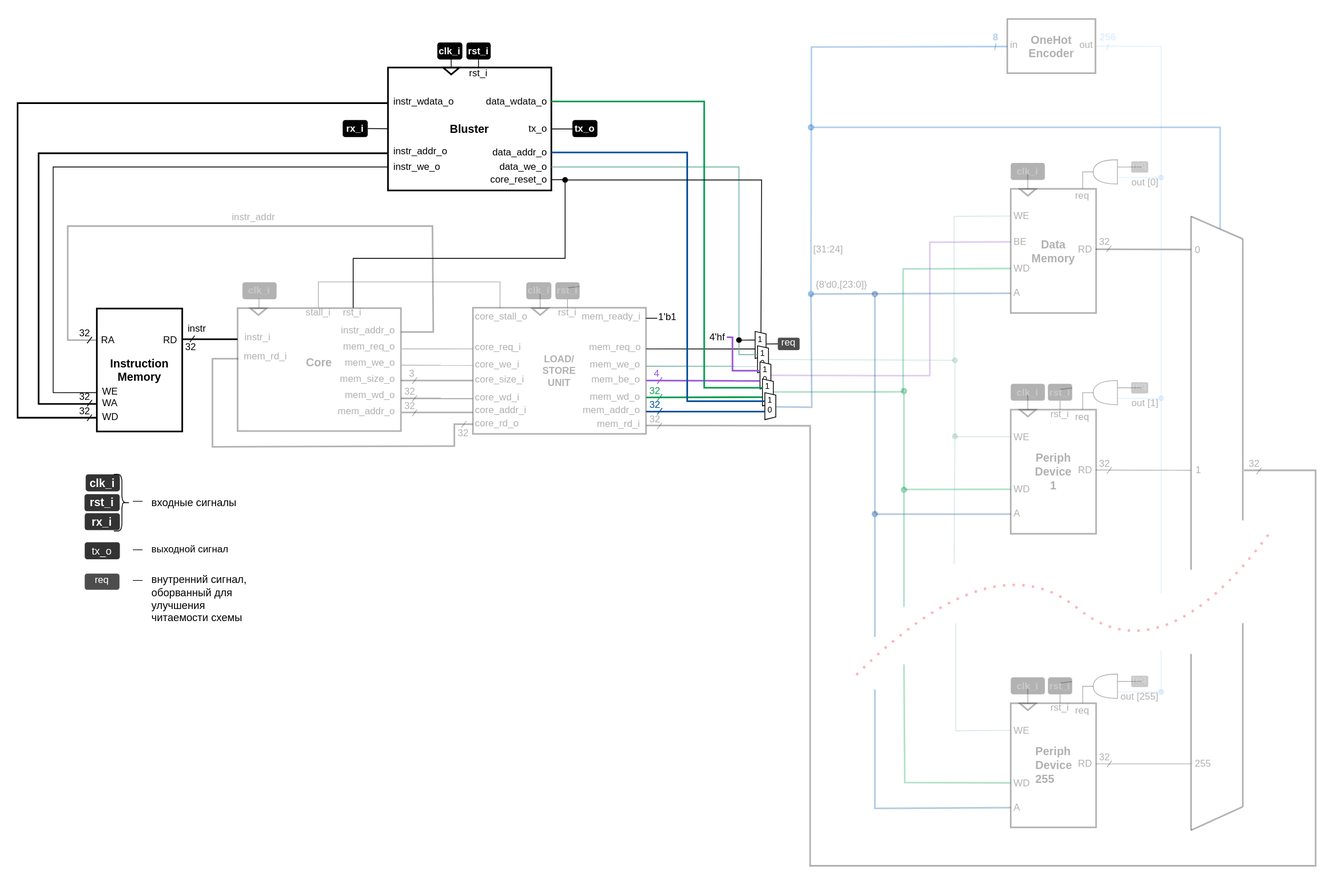
Earlier version of the draw.io export .pic/Labs/lab_15_programming_device/fig_04.drawio.svg (MPSU/APS). Source tidied: cells renumbered, new cells last; positions are measured from the earlier drawing's top-left corner, leaving out a move shared by most shapes.
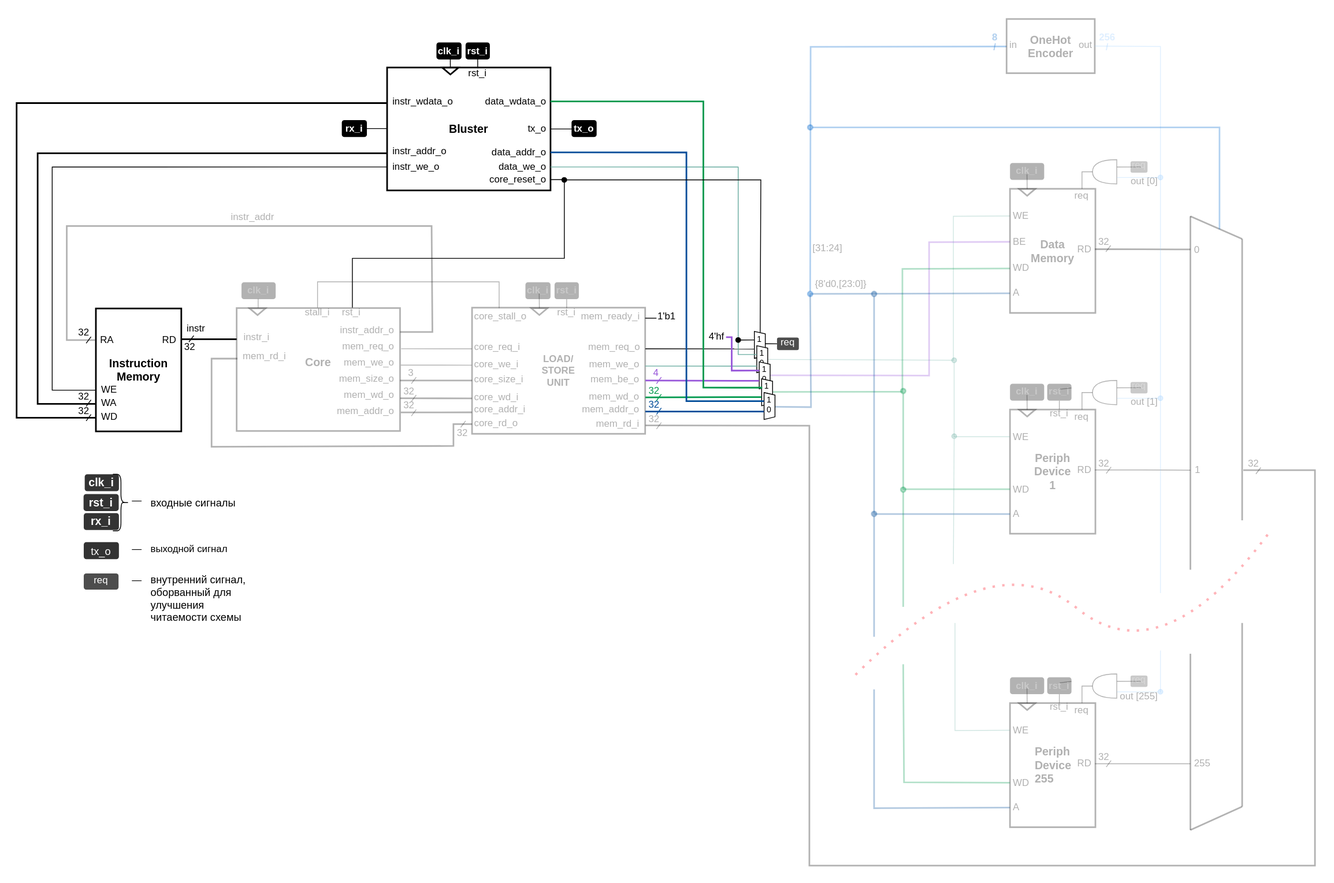
The same file after the commit.

Commit message:
ЛР15. Правка картинки

The edit, as a diff of the source:
```diff
@@ -2,6 +2,9 @@
   <root>
     <mxCell id="0" />
     <mxCell id="1" parent="0" />
+    <mxCell id="164" value="&lt;p style=&quot;line-height: 130%; font-size: 12px;&quot;&gt;&lt;font style=&quot;font-size: 12px;&quot;&gt;&lt;b style=&quot;font-size: 12px;&quot;&gt;rst_i&lt;/b&gt;&lt;/font&gt;&lt;/p&gt;" style="text;html=1;strokeColor=none;fillColor=#000000;align=center;verticalAlign=middle;whiteSpace=wrap;rounded=1;fontSize=12;fontColor=#FFFFFF;comic=0;jiggle=0.5;fillOpacity=30;strokeOpacity=30;textOpacity=30;" parent="1" vertex="1">
+      <mxGeometry x="665" y="328.5" width="30" height="21" as="geometry" />
+    </mxCell>
     <mxCell id="2" value="&lt;font style=&quot;font-size: 14px;&quot;&gt;&lt;b&gt;clk_i&lt;/b&gt;&lt;/font&gt;" style="text;html=1;strokeColor=none;fillColor=#333333;align=center;verticalAlign=middle;whiteSpace=wrap;rounded=1;fontSize=9;fontColor=#FFFFFF;comic=0;jiggle=0.5;strokeWidth=2;" parent="1" vertex="1">
       <mxGeometry x="84.2" y="566" width="42.3" height="21" as="geometry" />
     </mxCell>
@@ -716,19 +719,11 @@
     <mxCell id="161" value="&lt;font style=&quot;font-size: 12px;&quot;&gt;rst_i&lt;/font&gt;" style="text;html=1;strokeColor=none;fillColor=none;align=center;verticalAlign=middle;whiteSpace=wrap;rounded=0;fontSize=12;comic=0;fillOpacity=30;strokeOpacity=30;textOpacity=30;" parent="1" vertex="1">
       <mxGeometry x="671" y="360" width="18" height="12" as="geometry" />
     </mxCell>
-    <mxCell id="162" style="endArrow=none;html=1;rounded=0;strokeWidth=1;exitX=1;exitY=0.25;exitDx=0;exitDy=0;fontSize=12;comic=0;fillOpacity=30;strokeOpacity=30;textOpacity=30;" parent="1" edge="1" source="164">
-      <mxGeometry relative="1" as="geometry">
-        <mxPoint x="680" y="335.5" as="targetPoint" />
-      </mxGeometry>
-    </mxCell>
     <mxCell id="163" style="endArrow=none;html=1;rounded=0;strokeWidth=1;exitX=1;exitY=0.25;exitDx=0;exitDy=0;fontSize=12;comic=0;fillOpacity=30;strokeOpacity=30;textOpacity=30;" parent="1" edge="1" target="164">
       <mxGeometry relative="1" as="geometry">
         <mxPoint x="680" y="360.5" as="sourcePoint" />
       </mxGeometry>
     </mxCell>
-    <mxCell id="164" value="&lt;p style=&quot;line-height: 130%; font-size: 12px;&quot;&gt;&lt;font style=&quot;font-size: 12px;&quot;&gt;&lt;b style=&quot;font-size: 12px;&quot;&gt;rst_i&lt;/b&gt;&lt;/font&gt;&lt;/p&gt;" style="text;html=1;strokeColor=none;fillColor=#000000;align=center;verticalAlign=middle;whiteSpace=wrap;rounded=1;fontSize=12;fontColor=#FFFFFF;comic=0;jiggle=0.5;fillOpacity=30;strokeOpacity=30;textOpacity=30;" parent="1" vertex="1">
-      <mxGeometry x="665" y="328.5" width="30" height="21" as="geometry" />
-    </mxCell>
     <mxCell id="165" value="&lt;font style=&quot;font-size: 12px;&quot;&gt;rst_i&lt;/font&gt;" style="text;html=1;strokeColor=none;fillColor=none;align=center;verticalAlign=middle;whiteSpace=wrap;rounded=0;fontSize=12;comic=0;fillOpacity=30;strokeOpacity=30;textOpacity=30;" parent="1" vertex="1">
       <mxGeometry x="1280" y="485.5" width="18" height="12" as="geometry" />
     </mxCell>
@@ -843,7 +838,7 @@
       <mxGeometry x="592" y="129" width="65" height="20" as="geometry" />
     </mxCell>
     <mxCell id="191" value="WE" style="text;html=1;strokeColor=none;fillColor=none;align=left;verticalAlign=middle;whiteSpace=wrap;rounded=0;fontSize=12;comic=0;" parent="1" vertex="1">
-      <mxGeometry x="103" y="459" width="18" height="9" as="geometry" />
+      <mxGeometry x="103" y="457" width="18" height="9" as="geometry" />
     </mxCell>
     <mxCell id="192" value="WA" style="text;html=1;strokeColor=none;fillColor=none;align=left;verticalAlign=middle;whiteSpace=wrap;rounded=0;fontSize=12;comic=0;" parent="1" vertex="1">
       <mxGeometry x="103" y="473" width="18" height="10" as="geometry" />
@@ -851,11 +846,12 @@
     <mxCell id="193" value="WD" style="text;html=1;strokeColor=none;fillColor=none;align=left;verticalAlign=middle;whiteSpace=wrap;rounded=0;fontSize=12;comic=0;" parent="1" vertex="1">
       <mxGeometry x="103" y="489" width="18" height="12" as="geometry" />
     </mxCell>
-    <mxCell id="194" style="edgeStyle=orthogonalEdgeStyle;rounded=0;jettySize=auto;html=1;exitX=0;exitY=0.809;exitDx=0;exitDy=0;entryX=-0.009;entryY=0.684;entryDx=0;entryDy=0;entryPerimeter=0;endArrow=none;endFill=0;exitPerimeter=0;strokeWidth=1;" parent="1" edge="1" source="173" target="21">
+    <mxCell id="194" style="edgeStyle=orthogonalEdgeStyle;rounded=0;jettySize=auto;html=1;exitX=0;exitY=0.809;exitDx=0;exitDy=0;entryX=-0.005;entryY=0.664;entryDx=0;entryDy=0;entryPerimeter=0;endArrow=none;endFill=0;exitPerimeter=0;strokeWidth=1;" parent="1" edge="1" source="173" target="21">
       <mxGeometry relative="1" as="geometry">
         <Array as="points">
           <mxPoint x="44" y="186" />
-          <mxPoint x="44" y="465" />
+          <mxPoint x="44" y="462" />
+          <mxPoint x="98" y="462" />
         </Array>
       </mxGeometry>
     </mxCell>
```
